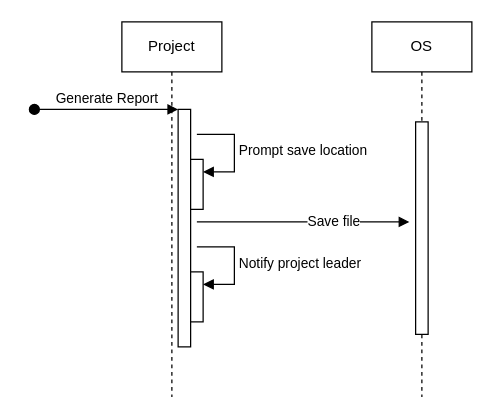
Before: generatereport.drawio in Buildasaurus/02161-Projekt, a draw.io diagram. Source tidied: cells renumbered, new cells numbered last; positions are measured from the earlier drawing's top-left corner, leaving out a move shared by most shapes. Both pictures are drawn from the tidied source at 125%, with x=0, y=0 at pixel (34, 21).
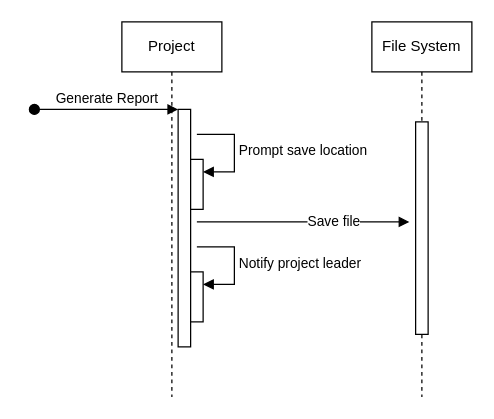
The same page after the edit.

Change to the diagram source:
```diff
@@
 <mxGraphModel>
   <root>
     <mxCell id="0" />
     <mxCell id="1" parent="0" />
     <mxCell id="2" value="Project" style="shape=umlLifeline;perimeter=lifelinePerimeter;whiteSpace=wrap;html=1;newEdgeStyle={&quot;edgeStyle&quot;:&quot;elbowEdgeStyle&quot;,&quot;elbow&quot;:&quot;vertical&quot;,&quot;curved&quot;:0,&quot;rounded&quot;:0};" parent="1" vertex="1">
       <mxGeometry x="70" width="80" height="300" as="geometry" />
     </mxCell>
     <mxCell id="3" style="html=1;points=[];perimeter=orthogonalPerimeter;outlineConnect=0;targetShapes=umlLifeline;portConstraint=eastwest;newEdgeStyle={&quot;edgeStyle&quot;:&quot;elbowEdgeStyle&quot;,&quot;elbow&quot;:&quot;vertical&quot;,&quot;curved&quot;:0,&quot;rounded&quot;:0};" parent="2" vertex="1">
       <mxGeometry x="45" y="70" width="10" height="190" as="geometry" />
     </mxCell>
     <mxCell id="4" value="Generate Report" style="html=1;verticalAlign=bottom;startArrow=oval;endArrow=block;startSize=8;edgeStyle=elbowEdgeStyle;elbow=vertical;curved=0;rounded=0;" parent="2" edge="1" target="3">
       <mxGeometry relative="1" as="geometry">
         <mxPoint x="-70" y="70" as="sourcePoint" />
       </mxGeometry>
     </mxCell>
     <mxCell id="5" style="html=1;points=[[0,0,0,0,5],[0,1,0,0,-5],[1,0,0,0,5],[1,1,0,0,-5]];perimeter=orthogonalPerimeter;outlineConnect=0;targetShapes=umlLifeline;portConstraint=eastwest;newEdgeStyle={&quot;curved&quot;:0,&quot;rounded&quot;:0};" parent="2" vertex="1">
       <mxGeometry x="55" y="110" width="10" height="40" as="geometry" />
     </mxCell>
     <mxCell id="6" value="Prompt save location" style="html=1;align=left;spacingLeft=2;endArrow=block;rounded=0;edgeStyle=orthogonalEdgeStyle;curved=0;rounded=0;" parent="2" edge="1" target="5">
       <mxGeometry relative="1" as="geometry">
         <mxPoint x="60" y="90" as="sourcePoint" />
         <Array as="points">
           <mxPoint x="90" y="120" />
         </Array>
       </mxGeometry>
     </mxCell>
     <mxCell id="7" style="html=1;points=[[0,0,0,0,5],[0,1,0,0,-5],[1,0,0,0,5],[1,1,0,0,-5]];perimeter=orthogonalPerimeter;outlineConnect=0;targetShapes=umlLifeline;portConstraint=eastwest;newEdgeStyle={&quot;curved&quot;:0,&quot;rounded&quot;:0};" parent="2" vertex="1">
       <mxGeometry x="55" y="200" width="10" height="40" as="geometry" />
     </mxCell>
     <mxCell id="8" value="Notify project leader" style="html=1;align=left;spacingLeft=2;endArrow=block;rounded=0;edgeStyle=orthogonalEdgeStyle;curved=0;rounded=0;" parent="2" edge="1" target="7">
       <mxGeometry relative="1" as="geometry">
         <mxPoint x="60" y="180" as="sourcePoint" />
         <Array as="points">
           <mxPoint x="90" y="210" />
         </Array>
       </mxGeometry>
     </mxCell>
-    <mxCell id="9" value="OS" style="shape=umlLifeline;perimeter=lifelinePerimeter;whiteSpace=wrap;html=1;newEdgeStyle={&quot;edgeStyle&quot;:&quot;elbowEdgeStyle&quot;,&quot;elbow&quot;:&quot;vertical&quot;,&quot;curved&quot;:0,&quot;rounded&quot;:0};" parent="1" vertex="1">
+    <mxCell id="9" value="File System" style="shape=umlLifeline;perimeter=lifelinePerimeter;whiteSpace=wrap;html=1;newEdgeStyle={&quot;edgeStyle&quot;:&quot;elbowEdgeStyle&quot;,&quot;elbow&quot;:&quot;vertical&quot;,&quot;curved&quot;:0,&quot;rounded&quot;:0};" parent="1" vertex="1">
       <mxGeometry x="270" width="80" height="300" as="geometry" />
     </mxCell>
     <mxCell id="10" style="html=1;perimeter=orthogonalPerimeter;targetShapes=umlLifeline;newEdgeStyle={&quot;edgeStyle&quot;:&quot;elbowEdgeStyle&quot;,&quot;elbow&quot;:&quot;vertical&quot;,&quot;curved&quot;:0,&quot;rounded&quot;:0};" parent="9" vertex="1">
       <mxGeometry x="35" y="80" width="10" height="170" as="geometry" />
     </mxCell>
     <mxCell id="11" value="Save file" style="html=1;align=left;spacingLeft=2;endArrow=block;rounded=0;edgeStyle=orthogonalEdgeStyle;curved=0;rounded=0;" parent="1" edge="1">
       <mxGeometry relative="1" as="geometry">
         <mxPoint x="130" y="160" as="sourcePoint" />
         <mxPoint x="300" y="160" as="targetPoint" />
         <Array as="points">
           <mxPoint x="290" y="160" />
           <mxPoint x="290" y="160" />
         </Array>
       </mxGeometry>
     </mxCell>
   </root>
 </mxGraphModel>
```
